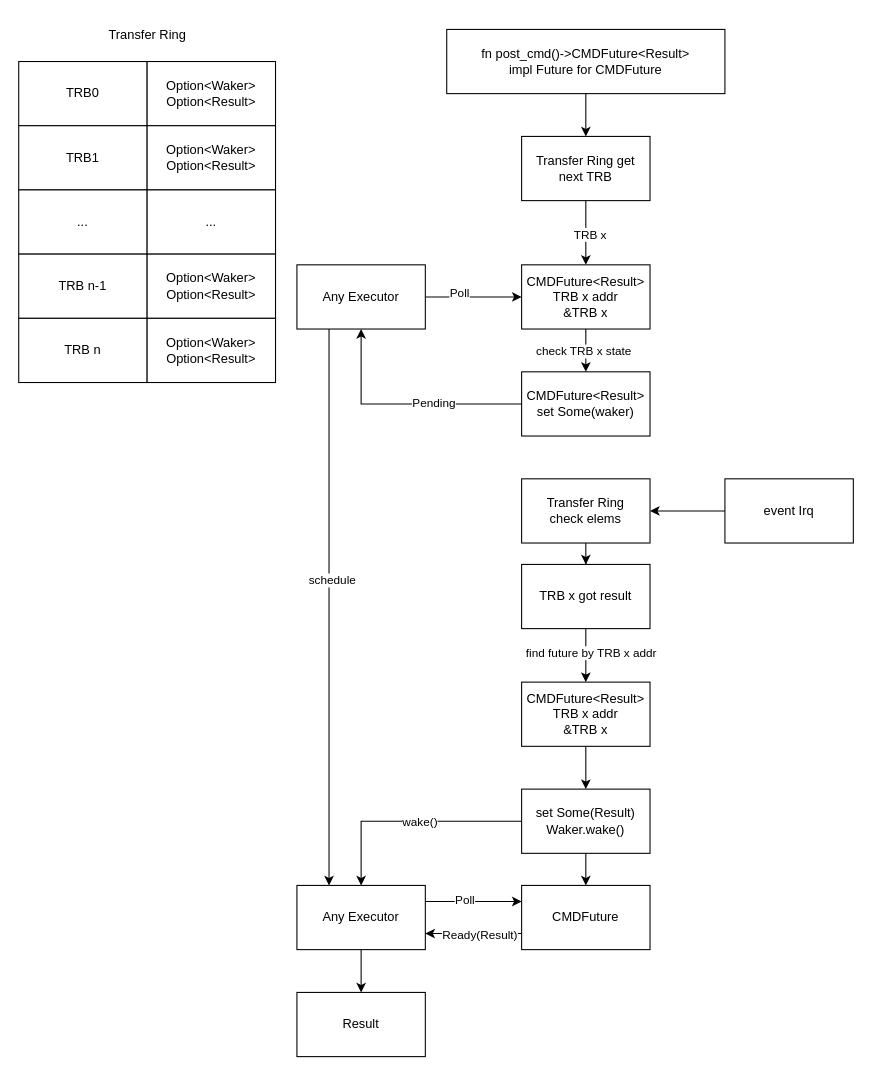
Before: doc/异步请求.drawio in Jasonhonghh/usb-host, a draw.io diagram. Source tidied: cells renumbered, new cells numbered last; positions are measured from the earlier drawing's top-left corner, leaving out a move shared by most shapes. Both pictures are drawn from the tidied source at 107%, with x=0, y=0 at pixel (18, 18).
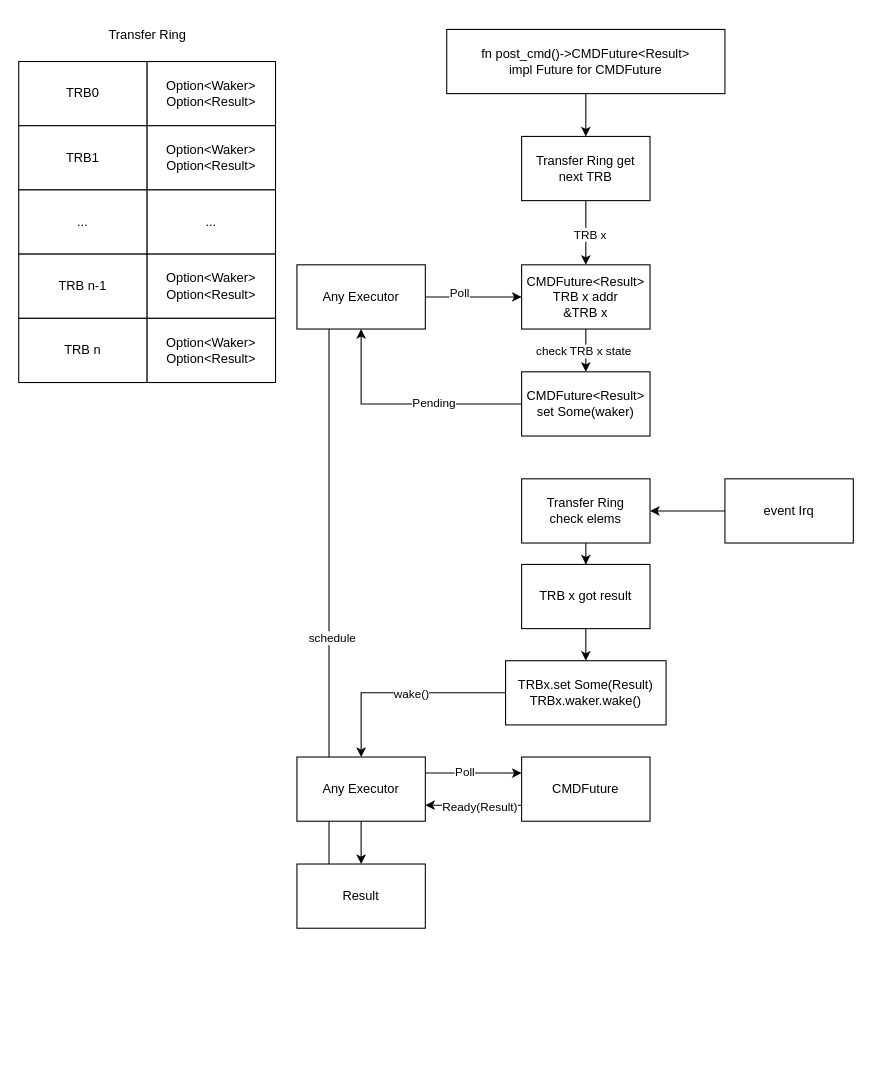
The same page after the edit.

Unchanged cells that the change refers to:
```xml
<mxCell id="35" value="TRB x got result" style="whiteSpace=wrap;html=1;" parent="1" vertex="1">
  <mxGeometry x="470" y="510" width="120" height="60" as="geometry" />
</mxCell>
```

The edit, as a diff of the source:
```diff
@@
-    <mxCell id="33" style="edgeStyle=orthogonalEdgeStyle;rounded=0;jettySize=auto;html=1;exitX=0.5;exitY=1;exitDx=0;exitDy=0;entryX=0.5;entryY=0;entryDx=0;entryDy=0;" parent="1" edge="1" source="35" target="37">
+    <mxCell id="33" style="edgeStyle=orthogonalEdgeStyle;rounded=0;jettySize=auto;html=1;exitX=0.5;exitY=1;exitDx=0;exitDy=0;entryX=0.5;entryY=0;entryDx=0;entryDy=0;" parent="1" edge="1" source="35" target="41">
       <mxGeometry relative="1" as="geometry" />
     </mxCell>
-    <mxCell id="34" value="find future by TRB x addr" style="edgeLabel;html=1;align=center;verticalAlign=middle;" parent="33" vertex="1">
-      <mxGeometry x="-0.12" y="4" relative="1" as="geometry" />
-    </mxCell>
@@
-    <mxCell id="36" style="edgeStyle=orthogonalEdgeStyle;rounded=0;jettySize=auto;html=1;exitX=0.5;exitY=1;exitDx=0;exitDy=0;entryX=0.5;entryY=0;entryDx=0;entryDy=0;" parent="1" edge="1" source="37" target="41">
-      <mxGeometry relative="1" as="geometry" />
-    </mxCell>
-    <mxCell id="37" value="CMDFuture&amp;lt;Result&amp;gt;&lt;div&gt;TRB x addr&lt;/div&gt;&lt;div&gt;&amp;amp;TRB x&lt;/div&gt;" style="whiteSpace=wrap;html=1;" parent="1" vertex="1">
-      <mxGeometry x="470" y="620" width="120" height="60" as="geometry" />
-    </mxCell>
-    <mxCell id="38" style="edgeStyle=orthogonalEdgeStyle;rounded=0;jettySize=auto;html=1;exitX=0.5;exitY=1;exitDx=0;exitDy=0;entryX=0.5;entryY=0;entryDx=0;entryDy=0;" parent="1" edge="1" source="41" target="49">
-      <mxGeometry relative="1" as="geometry" />
-    </mxCell>
@@
-    <mxCell id="41" value="set Some(Result)&lt;div&gt;Waker.wake()&lt;/div&gt;" style="whiteSpace=wrap;html=1;" parent="1" vertex="1">
-      <mxGeometry x="470" y="720" width="120" height="60" as="geometry" />
+    <mxCell id="41" value="TRBx.set Some(Result)&lt;div&gt;TRBx.waker.wake()&lt;/div&gt;" style="whiteSpace=wrap;html=1;" parent="1" vertex="1">
+      <mxGeometry x="455" y="600" width="150" height="60" as="geometry" />
     </mxCell>
@@
     <mxCell id="45" value="Any Executor" style="whiteSpace=wrap;html=1;" parent="1" vertex="1">
-      <mxGeometry x="260" y="810" width="120" height="60" as="geometry" />
+      <mxGeometry x="260" y="690" width="120" height="60" as="geometry" />
     </mxCell>
     <mxCell id="46" value="Result" style="whiteSpace=wrap;html=1;" parent="1" vertex="1">
-      <mxGeometry x="260" y="910" width="120" height="60" as="geometry" />
+      <mxGeometry x="260" y="790" width="120" height="60" as="geometry" />
     </mxCell>
     <mxCell id="47" style="edgeStyle=orthogonalEdgeStyle;rounded=0;orthogonalLoop=1;jettySize=auto;html=1;exitX=0;exitY=0.75;exitDx=0;exitDy=0;" parent="1" edge="1">
       <mxGeometry relative="1" as="geometry">
-        <mxPoint x="470" y="855" as="sourcePoint" />
-        <mxPoint x="380" y="855" as="targetPoint" />
+        <mxPoint x="470" y="735" as="sourcePoint" />
+        <mxPoint x="380" y="735" as="targetPoint" />
       </mxGeometry>
     </mxCell>
@@
     <mxCell id="49" value="CMDFuture" style="whiteSpace=wrap;html=1;" parent="1" vertex="1">
-      <mxGeometry x="470" y="810" width="120" height="60" as="geometry" />
+      <mxGeometry x="470" y="690" width="120" height="60" as="geometry" />
     </mxCell>
```
